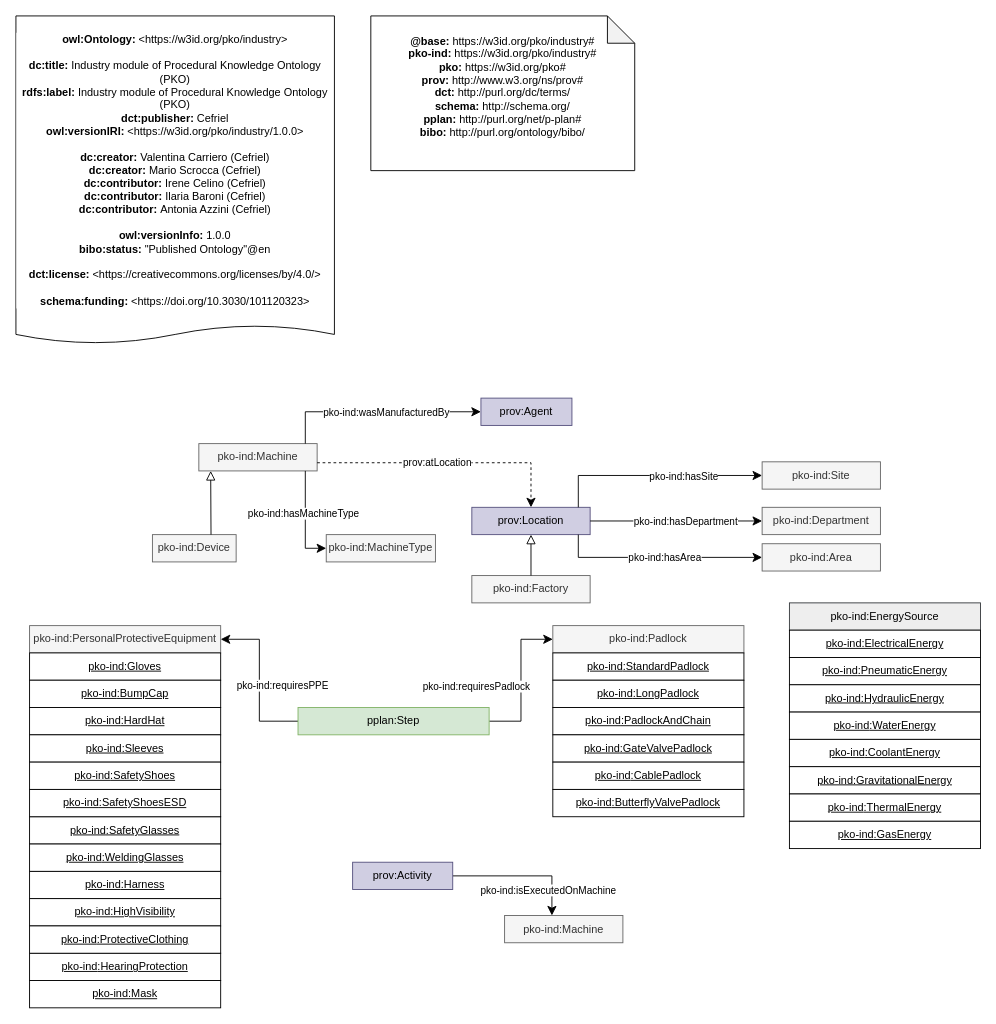
This is ontology/pko-ind.drawio from perks-project/pk-ontology, a draw.io file, before an edit. Source tidied: cells renumbered, new cells numbered last; positions are measured from the earlier drawing's top-left corner, leaving out a move shared by most shapes. Both pictures are drawn from the tidied source at 91%, with x=0, y=0 at pixel (15, 15).
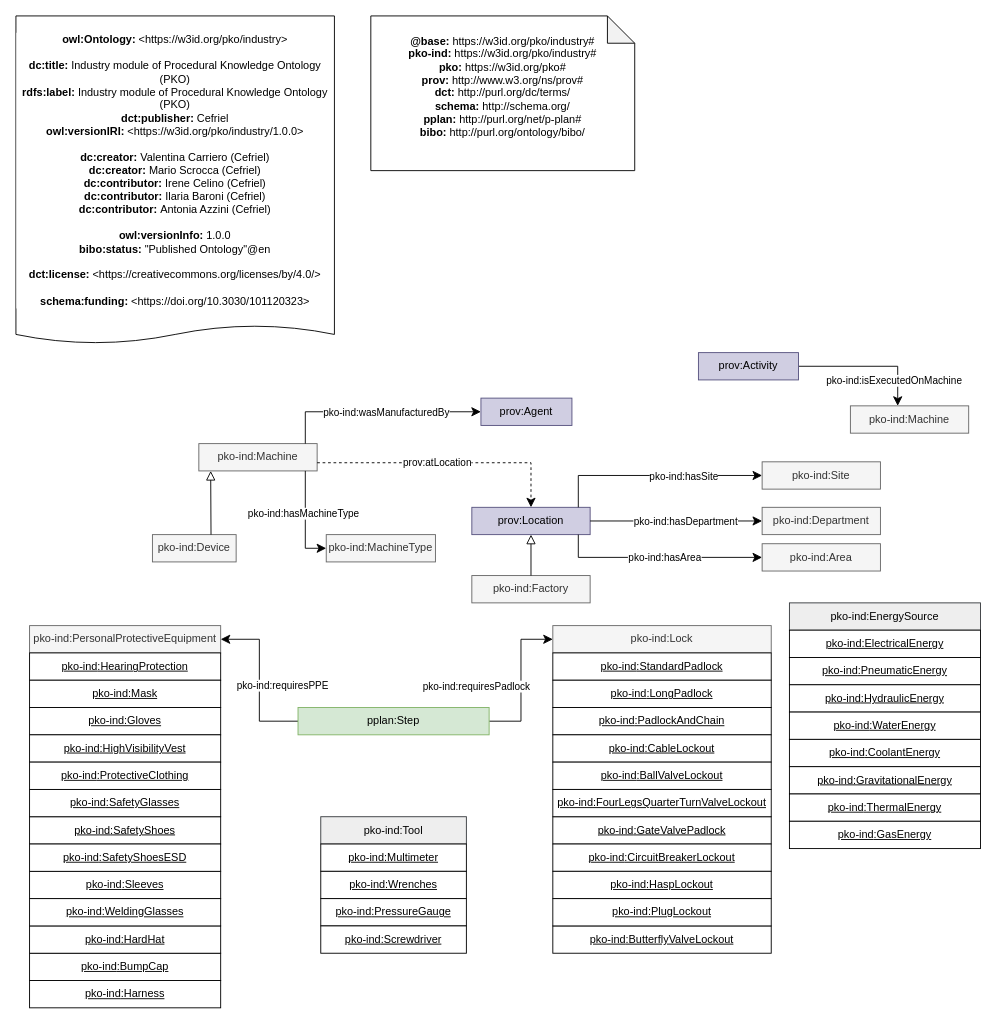
After the change.

Commit message (it also covers changes not shown here):
update draw diagrams of pko and pko-ind

Diff of the diagram source:
```diff
@@
     <mxCell id="19" value="&lt;u&gt;pko-ind:Gloves&lt;/u&gt;" style="rounded=0;whiteSpace=wrap;html=1;" parent="1" vertex="1">
-      <mxGeometry x="15" y="700" width="210" height="30" as="geometry" />
+      <mxGeometry x="15" y="760" width="210" height="30" as="geometry" />
     </mxCell>
     <mxCell id="20" value="&lt;u style=&quot;border-color: var(--border-color);&quot;&gt;pko-ind&lt;/u&gt;&lt;u&gt;:BumpCap&lt;/u&gt;" style="rounded=0;whiteSpace=wrap;html=1;" parent="1" vertex="1">
-      <mxGeometry x="15" y="730" width="210" height="30" as="geometry" />
+      <mxGeometry x="15" y="1030" width="210" height="30" as="geometry" />
     </mxCell>
     <mxCell id="21" value="&lt;u style=&quot;border-color: var(--border-color);&quot;&gt;pko-ind&lt;/u&gt;&lt;u&gt;:HardHat&lt;/u&gt;" style="rounded=0;whiteSpace=wrap;html=1;" parent="1" vertex="1">
-      <mxGeometry x="15" y="760" width="210" height="30" as="geometry" />
+      <mxGeometry x="15" y="1000" width="210" height="30" as="geometry" />
     </mxCell>
     <mxCell id="22" value="&lt;u style=&quot;border-color: var(--border-color);&quot;&gt;pko-ind&lt;/u&gt;&lt;u&gt;:Sleeves&lt;/u&gt;" style="rounded=0;whiteSpace=wrap;html=1;" parent="1" vertex="1">
-      <mxGeometry x="15" y="790" width="210" height="30" as="geometry" />
+      <mxGeometry x="15" y="940" width="210" height="30" as="geometry" />
     </mxCell>
     <mxCell id="23" value="&lt;u style=&quot;border-color: var(--border-color);&quot;&gt;pko-ind&lt;/u&gt;&lt;u&gt;:SafetyShoes&lt;/u&gt;" style="rounded=0;whiteSpace=wrap;html=1;" parent="1" vertex="1">
-      <mxGeometry x="15" y="820" width="210" height="30" as="geometry" />
+      <mxGeometry x="15" y="880" width="210" height="30" as="geometry" />
     </mxCell>
     <mxCell id="24" value="&lt;u style=&quot;border-color: var(--border-color);&quot;&gt;pko-ind&lt;/u&gt;&lt;u&gt;:HearingProtection&lt;/u&gt;" style="rounded=0;whiteSpace=wrap;html=1;" parent="1" vertex="1">
-      <mxGeometry x="15" y="1030" width="210" height="30" as="geometry" />
+      <mxGeometry x="15" y="700" width="210" height="30" as="geometry" />
     </mxCell>
@@
     <mxCell id="27" value="&lt;u style=&quot;border-color: var(--border-color);&quot;&gt;pko-ind&lt;/u&gt;&lt;u&gt;:SafetyGlasses&lt;/u&gt;" style="rounded=0;whiteSpace=wrap;html=1;" parent="1" vertex="1">
-      <mxGeometry x="15" y="880" width="210" height="30" as="geometry" />
+      <mxGeometry x="15" y="850" width="210" height="30" as="geometry" />
     </mxCell>
     <mxCell id="28" value="&lt;u style=&quot;border-color: var(--border-color);&quot;&gt;pko-ind&lt;/u&gt;&lt;u&gt;:Harness&lt;/u&gt;" style="rounded=0;whiteSpace=wrap;html=1;" parent="1" vertex="1">
-      <mxGeometry x="15" y="940" width="210" height="30" as="geometry" />
+      <mxGeometry x="15" y="1060" width="210" height="30" as="geometry" />
     </mxCell>
-    <mxCell id="29" value="pko-ind:Padlock" style="rounded=0;whiteSpace=wrap;html=1;snapToPoint=1;points=[[0.1,0],[0.2,0],[0.3,0],[0.4,0],[0.5,0],[0.6,0],[0.7,0],[0.8,0],[0.9,0],[0,0.1],[0,0.3],[0,0.5],[0,0.7],[0,0.9],[0.1,1],[0.2,1],[0.3,1],[0.4,1],[0.5,1],[0.6,1],[0.7,1],[0.8,1],[0.9,1],[1,0.1],[1,0.3],[1,0.5],[1,0.7],[1,0.9]];fillColor=#f5f5f5;strokeColor=#666666;fontColor=#333333;" parent="1" vertex="1">
-      <mxGeometry x="590" y="670" width="210" height="30" as="geometry" />
+    <mxCell id="29" value="pko-ind:Lock" style="rounded=0;whiteSpace=wrap;html=1;snapToPoint=1;points=[[0.1,0],[0.2,0],[0.3,0],[0.4,0],[0.5,0],[0.6,0],[0.7,0],[0.8,0],[0.9,0],[0,0.1],[0,0.3],[0,0.5],[0,0.7],[0,0.9],[0.1,1],[0.2,1],[0.3,1],[0.4,1],[0.5,1],[0.6,1],[0.7,1],[0.8,1],[0.9,1],[1,0.1],[1,0.3],[1,0.5],[1,0.7],[1,0.9]];fillColor=#f5f5f5;strokeColor=#666666;fontColor=#333333;" parent="1" vertex="1">
+      <mxGeometry x="590" y="670" width="240" height="30" as="geometry" />
     </mxCell>
     <mxCell id="30" value="&lt;u style=&quot;border-color: var(--border-color);&quot;&gt;pko-ind&lt;/u&gt;&lt;u&gt;:StandardPadlock&lt;/u&gt;" style="rounded=0;whiteSpace=wrap;html=1;" parent="1" vertex="1">
-      <mxGeometry x="590" y="700" width="210" height="30" as="geometry" />
+      <mxGeometry x="590" y="700" width="240" height="30" as="geometry" />
     </mxCell>
@@
     <mxCell id="33" value="&lt;u style=&quot;border-color: var(--border-color);&quot;&gt;pko-ind&lt;/u&gt;&lt;u&gt;:LongPadlock&lt;/u&gt;" style="rounded=0;whiteSpace=wrap;html=1;" parent="1" vertex="1">
-      <mxGeometry x="590" y="730" width="210" height="30" as="geometry" />
+      <mxGeometry x="590" y="730" width="240" height="30" as="geometry" />
     </mxCell>
     <mxCell id="34" value="&lt;u style=&quot;border-color: var(--border-color);&quot;&gt;pko-ind&lt;/u&gt;&lt;u&gt;:PadlockAndChain&lt;/u&gt;" style="rounded=0;whiteSpace=wrap;html=1;" parent="1" vertex="1">
-      <mxGeometry x="590" y="760" width="210" height="30" as="geometry" />
+      <mxGeometry x="590" y="760" width="240" height="30" as="geometry" />
     </mxCell>
     <mxCell id="35" value="&lt;u style=&quot;border-color: var(--border-color);&quot;&gt;pko-ind&lt;/u&gt;&lt;u&gt;:GateValvePadlock&lt;/u&gt;" style="rounded=0;whiteSpace=wrap;html=1;" parent="1" vertex="1">
-      <mxGeometry x="590" y="790" width="210" height="30" as="geometry" />
+      <mxGeometry x="590" y="880" width="240" height="30" as="geometry" />
     </mxCell>
-    <mxCell id="36" value="&lt;u style=&quot;border-color: var(--border-color);&quot;&gt;pko-ind&lt;/u&gt;&lt;u&gt;:CablePadlock&lt;/u&gt;" style="rounded=0;whiteSpace=wrap;html=1;" parent="1" vertex="1">
-      <mxGeometry x="590" y="820" width="210" height="30" as="geometry" />
+    <mxCell id="36" value="&lt;u style=&quot;border-color: var(--border-color);&quot;&gt;pko-ind&lt;/u&gt;&lt;u&gt;:CableLockout&lt;/u&gt;" style="rounded=0;whiteSpace=wrap;html=1;" parent="1" vertex="1">
+      <mxGeometry x="590" y="790" width="240" height="30" as="geometry" />
     </mxCell>
-    <mxCell id="37" value="&lt;u style=&quot;border-color: var(--border-color);&quot;&gt;pko-ind&lt;/u&gt;&lt;u&gt;:ButterflyValvePadlock&lt;/u&gt;" style="rounded=0;whiteSpace=wrap;html=1;" parent="1" vertex="1">
-      <mxGeometry x="590" y="850" width="210" height="30" as="geometry" />
+    <mxCell id="37" value="&lt;u style=&quot;border-color: var(--border-color);&quot;&gt;pko-ind&lt;/u&gt;&lt;u&gt;:ButterflyValveLockout&lt;/u&gt;" style="rounded=0;whiteSpace=wrap;html=1;" parent="1" vertex="1">
+      <mxGeometry x="590" y="1000" width="240" height="30" as="geometry" />
     </mxCell>
@@
     <mxCell id="48" value="pko-ind:Machine" style="rounded=0;whiteSpace=wrap;html=1;snapToPoint=1;points=[[0.1,0],[0.2,0],[0.3,0],[0.4,0],[0.5,0],[0.6,0],[0.7,0],[0.8,0],[0.9,0],[0,0.1],[0,0.3],[0,0.5],[0,0.7],[0,0.9],[0.1,1],[0.2,1],[0.3,1],[0.4,1],[0.5,1],[0.6,1],[0.7,1],[0.8,1],[0.9,1],[1,0.1],[1,0.3],[1,0.5],[1,0.7],[1,0.9]];fillColor=#f5f5f5;strokeColor=#666666;fontColor=#333333;" parent="1" vertex="1">
-      <mxGeometry x="537" y="988.5" width="130" height="30" as="geometry" />
+      <mxGeometry x="917" y="428.5" width="130" height="30" as="geometry" />
     </mxCell>
@@
     <mxCell id="51" value="prov:Activity" style="rounded=0;whiteSpace=wrap;html=1;snapToPoint=1;points=[[0.1,0],[0.2,0],[0.3,0],[0.4,0],[0.5,0],[0.6,0],[0.7,0],[0.8,0],[0.9,0],[0,0.1],[0,0.3],[0,0.5],[0,0.7],[0,0.9],[0.1,1],[0.2,1],[0.3,1],[0.4,1],[0.5,1],[0.6,1],[0.7,1],[0.8,1],[0.9,1],[1,0.1],[1,0.3],[1,0.5],[1,0.7],[1,0.9]];fillColor=#d0cee2;strokeColor=#56517e;" parent="1" vertex="1">
-      <mxGeometry x="370" y="930" width="110" height="30" as="geometry" />
+      <mxGeometry x="750" y="370" width="110" height="30" as="geometry" />
     </mxCell>
     <mxCell id="52" value="&lt;u style=&quot;border-color: var(--border-color);&quot;&gt;pko-ind&lt;/u&gt;&lt;u&gt;:SafetyShoesESD&lt;/u&gt;" style="rounded=0;whiteSpace=wrap;html=1;" parent="1" vertex="1">
-      <mxGeometry x="15" y="850" width="210" height="30" as="geometry" />
+      <mxGeometry x="15" y="910" width="210" height="30" as="geometry" />
     </mxCell>
     <mxCell id="53" value="&lt;u style=&quot;border-color: var(--border-color);&quot;&gt;pko-ind&lt;/u&gt;&lt;u&gt;:WeldingGlasses&lt;/u&gt;" style="rounded=0;whiteSpace=wrap;html=1;" parent="1" vertex="1">
-      <mxGeometry x="15" y="910" width="210" height="30" as="geometry" />
+      <mxGeometry x="15" y="970" width="210" height="30" as="geometry" />
     </mxCell>
-    <mxCell id="54" value="&lt;u style=&quot;border-color: var(--border-color);&quot;&gt;pko-ind&lt;/u&gt;&lt;u&gt;:HighVisibility&lt;/u&gt;" style="rounded=0;whiteSpace=wrap;html=1;" parent="1" vertex="1">
-      <mxGeometry x="15" y="970" width="210" height="30" as="geometry" />
+    <mxCell id="54" value="&lt;u style=&quot;border-color: var(--border-color);&quot;&gt;pko-ind&lt;/u&gt;&lt;u&gt;:HighVisibilityVest&lt;/u&gt;" style="rounded=0;whiteSpace=wrap;html=1;" parent="1" vertex="1">
+      <mxGeometry x="15" y="790" width="210" height="30" as="geometry" />
     </mxCell>
     <mxCell id="55" value="&lt;u style=&quot;border-color: var(--border-color);&quot;&gt;pko-ind&lt;/u&gt;&lt;u&gt;:ProtectiveClothing&lt;/u&gt;" style="rounded=0;whiteSpace=wrap;html=1;" parent="1" vertex="1">
-      <mxGeometry x="15" y="1000" width="210" height="30" as="geometry" />
+      <mxGeometry x="15" y="820" width="210" height="30" as="geometry" />
     </mxCell>
     <mxCell id="56" value="&lt;u style=&quot;border-color: var(--border-color);&quot;&gt;pko-ind&lt;/u&gt;&lt;u&gt;:Mask&lt;/u&gt;" style="rounded=0;whiteSpace=wrap;html=1;" parent="1" vertex="1">
-      <mxGeometry x="15" y="1060" width="210" height="30" as="geometry" />
+      <mxGeometry x="15" y="730" width="210" height="30" as="geometry" />
     </mxCell>
@@
+    <mxCell id="66" value="&lt;u style=&quot;border-color: var(--border-color);&quot;&gt;pko-ind&lt;/u&gt;&lt;u&gt;:BallValveLockout&lt;/u&gt;" style="rounded=0;whiteSpace=wrap;html=1;" parent="1" vertex="1">
+      <mxGeometry x="590" y="820" width="240" height="30" as="geometry" />
+    </mxCell>
+    <mxCell id="67" value="&lt;u style=&quot;border-color: var(--border-color);&quot;&gt;pko-ind&lt;/u&gt;&lt;u&gt;:CircuitBreakerLockout&lt;/u&gt;" style="rounded=0;whiteSpace=wrap;html=1;" parent="1" vertex="1">
+      <mxGeometry x="590" y="910" width="240" height="30" as="geometry" />
+    </mxCell>
+    <mxCell id="68" value="&lt;u style=&quot;border-color: var(--border-color);&quot;&gt;pko-ind&lt;/u&gt;&lt;u&gt;:HaspLockout&lt;/u&gt;" style="rounded=0;whiteSpace=wrap;html=1;" parent="1" vertex="1">
+      <mxGeometry x="590" y="940" width="240" height="30" as="geometry" />
+    </mxCell>
+    <mxCell id="69" value="&lt;u style=&quot;border-color: var(--border-color);&quot;&gt;pko-ind&lt;/u&gt;&lt;u&gt;:PlugLockout&lt;/u&gt;" style="rounded=0;whiteSpace=wrap;html=1;" parent="1" vertex="1">
+      <mxGeometry x="590" y="970" width="240" height="30" as="geometry" />
+    </mxCell>
+    <mxCell id="70" value="pko-ind:Tool" style="rounded=0;whiteSpace=wrap;html=1;fillColor=#eeeeee;strokeColor=#36393d;" parent="1" vertex="1">
+      <mxGeometry x="335" y="880" width="160" height="30" as="geometry" />
+    </mxCell>
+    <mxCell id="71" value="&lt;u&gt;pko-ind:Multimeter&lt;/u&gt;" style="rounded=0;whiteSpace=wrap;html=1;" parent="1" vertex="1">
+      <mxGeometry x="335" y="910" width="160" height="30" as="geometry" />
+    </mxCell>
+    <mxCell id="72" value="&lt;u&gt;pko-&lt;/u&gt;&lt;u style=&quot;border-color: var(--border-color);&quot;&gt;ind&lt;/u&gt;&lt;u&gt;:Wrenches&lt;/u&gt;" style="rounded=0;whiteSpace=wrap;html=1;" parent="1" vertex="1">
+      <mxGeometry x="335" y="940" width="160" height="30" as="geometry" />
+    </mxCell>
+    <mxCell id="73" value="&lt;u&gt;pko-&lt;/u&gt;&lt;u style=&quot;border-color: var(--border-color);&quot;&gt;ind&lt;/u&gt;&lt;u&gt;:PressureGauge&lt;/u&gt;" style="rounded=0;whiteSpace=wrap;html=1;" parent="1" vertex="1">
+      <mxGeometry x="335" y="970" width="160" height="30" as="geometry" />
+    </mxCell>
+    <mxCell id="74" value="&lt;u&gt;pko-&lt;/u&gt;&lt;u style=&quot;border-color: var(--border-color);&quot;&gt;ind&lt;/u&gt;&lt;u&gt;:Screwdriver&lt;/u&gt;" style="rounded=0;whiteSpace=wrap;html=1;" parent="1" vertex="1">
+      <mxGeometry x="335" y="1000" width="160" height="30" as="geometry" />
+    </mxCell>
+    <mxCell id="75" value="&lt;u style=&quot;border-color: var(--border-color);&quot;&gt;pko-ind&lt;/u&gt;&lt;u&gt;:FourLegsQuarterTurnValveLockout&lt;/u&gt;" style="rounded=0;whiteSpace=wrap;html=1;" parent="1" vertex="1">
+      <mxGeometry x="590" y="850" width="240" height="30" as="geometry" />
+    </mxCell>
```
